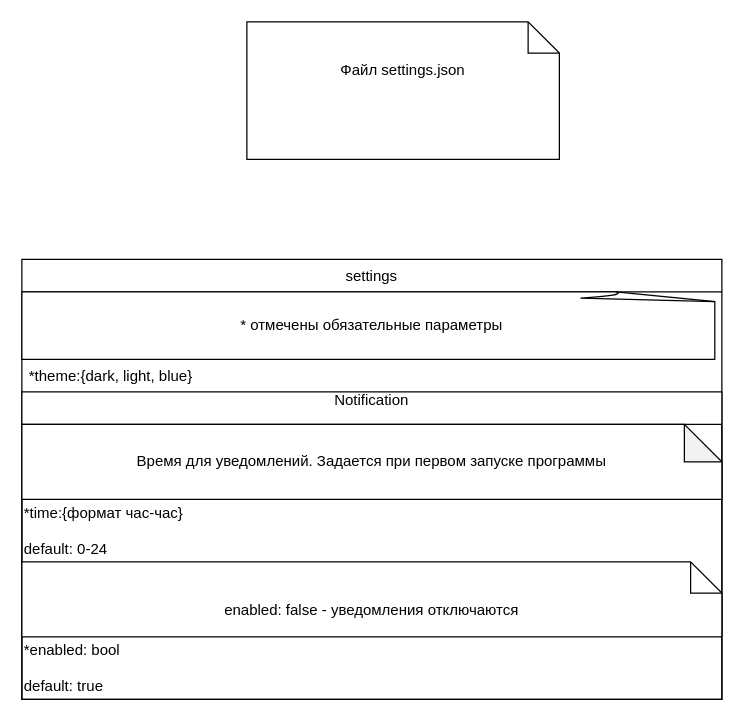
Before: page "UserSettings" (2 of 3) of SpacedRepetition.drawio in DenisPald/spaced-repetition, a draw.io diagram. Source tidied: cells renumbered, new cells numbered last; positions are measured from the earlier drawing's top-left corner, leaving out a move shared by most shapes. Both pictures are drawn from the tidied source at 125%, with x=0, y=0 at pixel (21, 21).
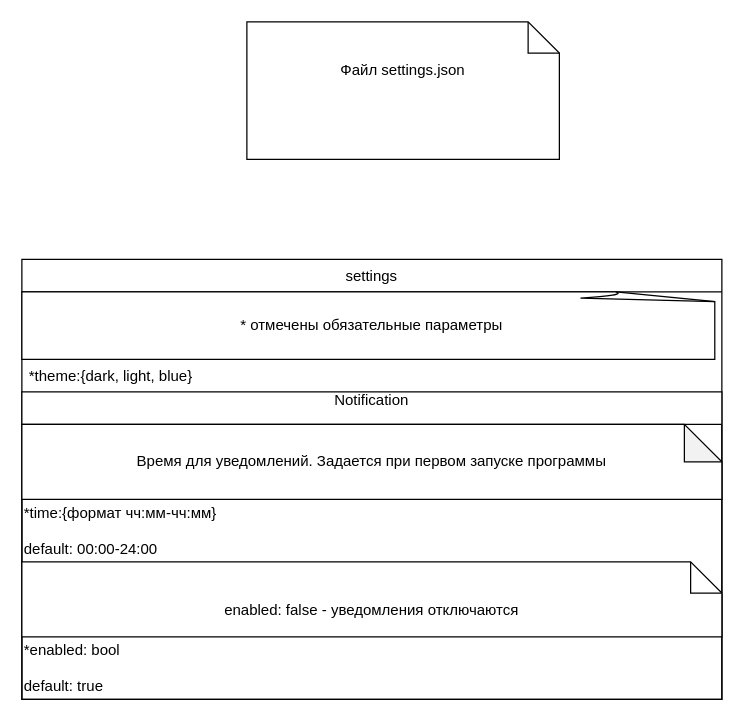
The same page after the edit.

Commit message (it also covers changes not shown here):
GUI v2.1, updated settings.json(time format)

The edit, as a diff of the source:
```diff
@@
 <mxGraphModel>
   <root>
     <mxCell id="0" />
     <mxCell id="1" parent="0" />
     <mxCell id="2" value="Файл settings.json" style="shape=note2;boundedLbl=1;whiteSpace=wrap;html=1;size=25;verticalAlign=top;align=center;" parent="1" vertex="1">
       <mxGeometry x="180" width="250" height="110" as="geometry" />
     </mxCell>
     <mxCell id="3" value="settings" style="swimlane;fontStyle=0;horizontal=1;startSize=26;" parent="1" vertex="1">
       <mxGeometry y="190" width="560" height="352" as="geometry" />
     </mxCell>
     <mxCell id="4" value="* отмечены обязательные параметры" style="whiteSpace=wrap;html=1;shape=mxgraph.basic.document;" parent="3" vertex="1">
       <mxGeometry y="26" width="560" height="54" as="geometry" />
     </mxCell>
     <mxCell id="5" value="*theme:{dark, light, blue}" style="text;strokeColor=none;fillColor=none;align=left;verticalAlign=top;spacingLeft=4;spacingRight=4;overflow=hidden;" parent="3" vertex="1">
       <mxGeometry y="80" width="560" height="26" as="geometry" />
     </mxCell>
     <mxCell id="6" value="Notification&#10;" style="swimlane;fontStyle=0;horizontal=1;startSize=26;" parent="3" vertex="1">
       <mxGeometry y="106" width="560" height="246" as="geometry" />
     </mxCell>
     <mxCell id="7" value="Время для уведомлений. Задается при первом запуске программы" style="shape=note;whiteSpace=wrap;html=1;backgroundOutline=1;darkOpacity=0.05;" parent="6" vertex="1">
       <mxGeometry y="26" width="560" height="60" as="geometry" />
     </mxCell>
-    <mxCell id="8" value="*time:{формат час-час}&lt;br&gt;&lt;br&gt;default: 0-24&lt;br&gt;" style="text;html=1;align=left;verticalAlign=middle;strokeColor=none;" parent="6" vertex="1">
+    <mxCell id="8" value="*time:{формат чч:мм-чч:мм}&lt;br&gt;&lt;br&gt;default: 00:00-24:00" style="text;html=1;align=left;verticalAlign=middle;strokeColor=none;" parent="6" vertex="1">
       <mxGeometry y="86" width="560" height="50" as="geometry" />
     </mxCell>
     <mxCell id="9" value="enabled: false - уведомления отключаются" style="shape=note2;boundedLbl=1;whiteSpace=wrap;html=1;size=25;verticalAlign=top;align=center;" parent="6" vertex="1">
       <mxGeometry y="136" width="560" height="60" as="geometry" />
     </mxCell>
     <mxCell id="10" value="*enabled: bool&lt;br&gt;&lt;br&gt;default: true" style="text;html=1;align=left;verticalAlign=middle;strokeColor=none;" parent="6" vertex="1">
       <mxGeometry y="196" width="560" height="50" as="geometry" />
     </mxCell>
   </root>
 </mxGraphModel>
```
